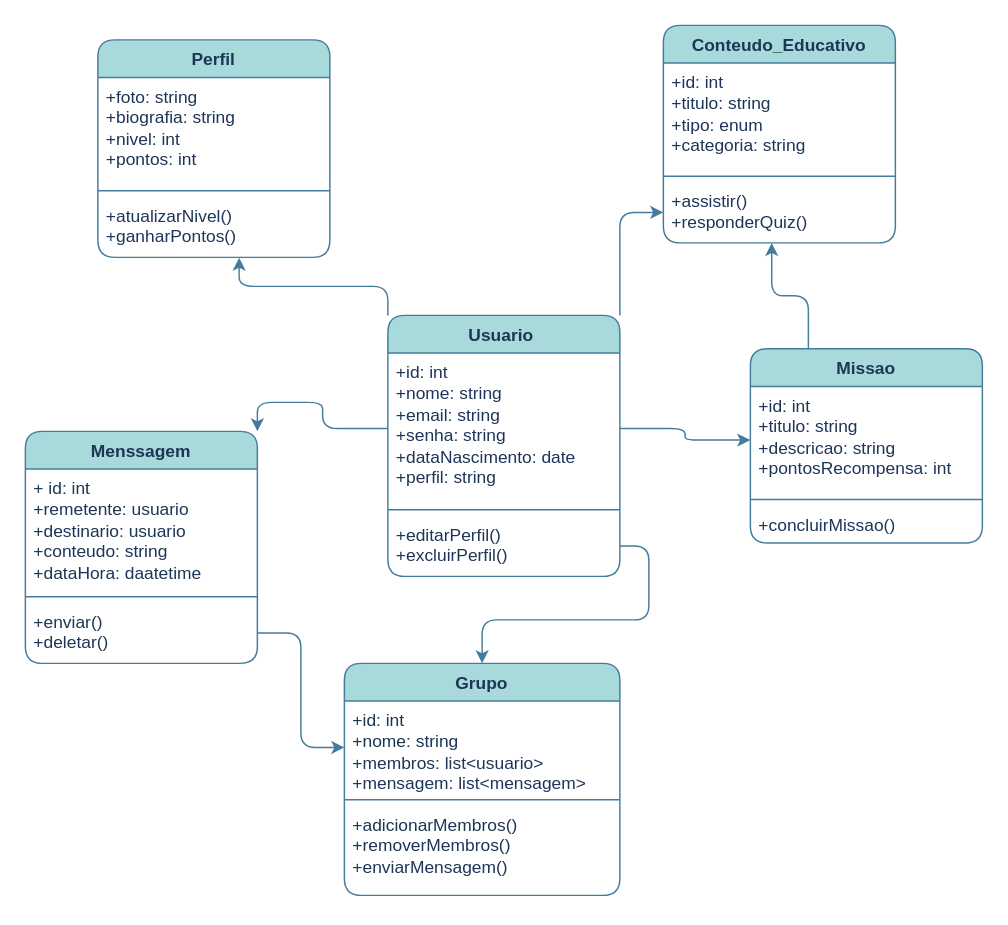
This is eco.drawio from Brandaoc/eco, a draw.io file, before an edit. Source tidied: cells renumbered, new cells numbered last; positions are measured from the earlier drawing's top-left corner, leaving out a move shared by most shapes. Both pictures are drawn from the tidied source at 145%, with x=0, y=0 at pixel (25, 25).
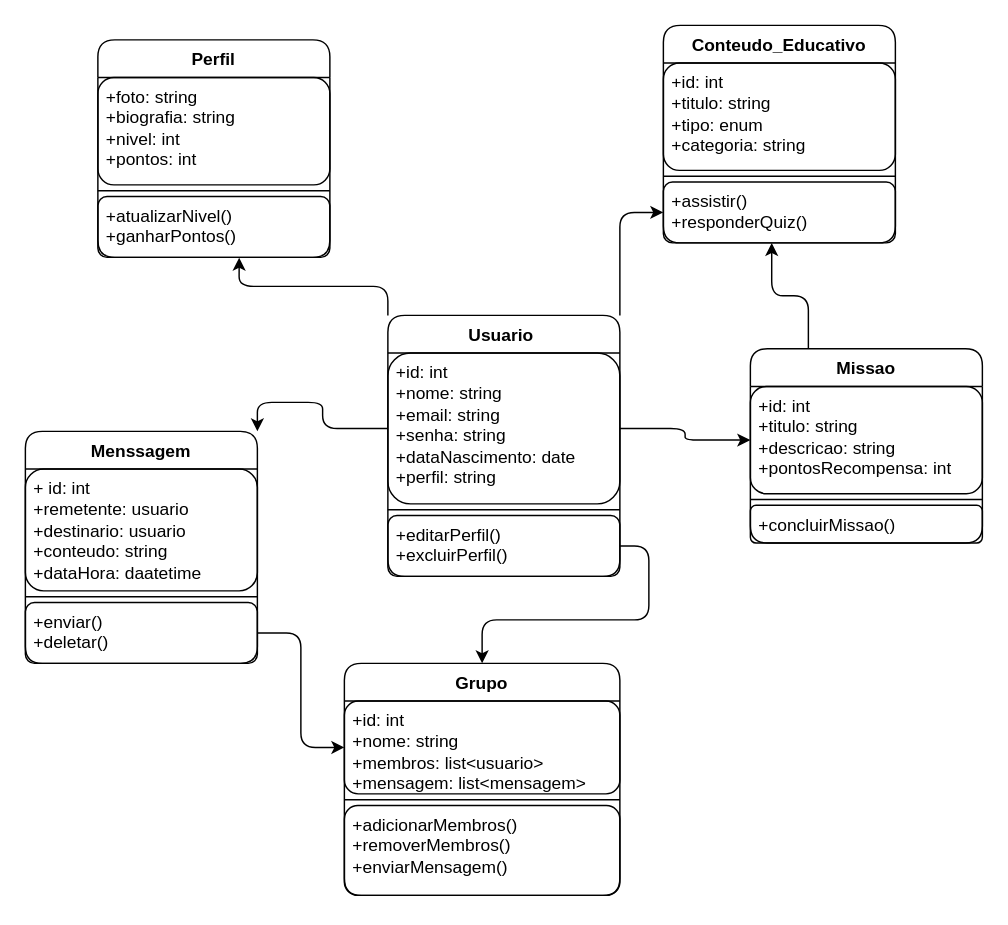
The same page after the edit.

The edit, as a diff of the source:
```diff
@@
-    <mxCell id="2" style="edgeStyle=orthogonalEdgeStyle;rounded=1;jettySize=auto;html=1;exitX=0;exitY=0;exitDx=0;exitDy=0;entryX=0.609;entryY=1.005;entryDx=0;entryDy=0;entryPerimeter=0;labelBackgroundColor=none;strokeColor=#457B9D;fontColor=default;" parent="1" edge="1" source="4" target="11">
+    <mxCell id="2" style="edgeStyle=orthogonalEdgeStyle;rounded=1;jettySize=auto;html=1;exitX=0;exitY=0;exitDx=0;exitDy=0;entryX=0.609;entryY=1.005;entryDx=0;entryDy=0;entryPerimeter=0;labelBackgroundColor=none;fontColor=default;strokeColor=light-dark(#000000,#FFFFFF);" parent="1" edge="1" source="4" target="11">
       <mxGeometry relative="1" as="geometry" />
     </mxCell>
-    <mxCell id="3" style="edgeStyle=orthogonalEdgeStyle;rounded=1;jettySize=auto;html=1;exitX=1;exitY=0;exitDx=0;exitDy=0;entryX=0;entryY=0.5;entryDx=0;entryDy=0;labelBackgroundColor=none;strokeColor=#457B9D;fontColor=default;" parent="1" edge="1" source="4" target="20">
+    <mxCell id="3" style="edgeStyle=orthogonalEdgeStyle;rounded=1;jettySize=auto;html=1;exitX=1;exitY=0;exitDx=0;exitDy=0;entryX=0;entryY=0.5;entryDx=0;entryDy=0;labelBackgroundColor=none;fontColor=default;strokeColor=light-dark(#000000,#FFFFFF);" parent="1" edge="1" source="4" target="20">
       <mxGeometry relative="1" as="geometry" />
     </mxCell>
-    <mxCell id="4" value="Usuario&amp;nbsp;" style="swimlane;fontStyle=1;align=center;verticalAlign=top;horizontal=1;startSize=26;whiteSpace=wrap;html=1;rounded=1;labelBackgroundColor=none;fillColor=#A8DADC;strokeColor=#457B9D;fontColor=#1D3557;" parent="1" vertex="1">
+    <mxCell id="4" value="Usuario&amp;nbsp;" style="swimlane;fontStyle=1;align=center;verticalAlign=top;horizontal=1;startSize=26;whiteSpace=wrap;html=1;rounded=1;labelBackgroundColor=none;strokeColor=light-dark(#000000,#FFFFFF);" parent="1" vertex="1">
       <mxGeometry x="250" y="200" width="160" height="180" as="geometry" />
     </mxCell>
-    <mxCell id="5" value="+id: int&lt;div&gt;+nome: string&lt;/div&gt;&lt;div&gt;+email: string&lt;/div&gt;&lt;div&gt;+senha: string&lt;/div&gt;&lt;div&gt;+dataNascimento: date&lt;/div&gt;&lt;div&gt;+perfil: string&lt;/div&gt;" style="text;strokeColor=none;fillColor=none;align=left;verticalAlign=top;spacingLeft=4;spacingRight=4;overflow=hidden;points=[[0,0.5],[1,0.5]];portConstraint=eastwest;whiteSpace=wrap;html=1;rounded=1;labelBackgroundColor=none;fontColor=#1D3557;" parent="4" vertex="1">
+    <mxCell id="5" value="+id: int&lt;div&gt;+nome: string&lt;/div&gt;&lt;div&gt;+email: string&lt;/div&gt;&lt;div&gt;+senha: string&lt;/div&gt;&lt;div&gt;+dataNascimento: date&lt;/div&gt;&lt;div&gt;+perfil: string&lt;/div&gt;" style="text;align=left;verticalAlign=top;spacingLeft=4;spacingRight=4;overflow=hidden;points=[[0,0.5],[1,0.5]];portConstraint=eastwest;whiteSpace=wrap;html=1;rounded=1;labelBackgroundColor=none;strokeColor=light-dark(#000000,#FFFFFF);" parent="4" vertex="1">
       <mxGeometry y="26" width="160" height="104" as="geometry" />
     </mxCell>
-    <mxCell id="6" style="line;strokeWidth=1;fillColor=none;align=left;verticalAlign=middle;spacingTop=-1;spacingLeft=3;spacingRight=3;labelPosition=right;strokeColor=#457B9D;rounded=1;labelBackgroundColor=none;fontColor=#1D3557;" parent="4" vertex="1">
+    <mxCell id="6" style="line;strokeWidth=1;align=left;verticalAlign=middle;spacingTop=-1;spacingLeft=3;spacingRight=3;labelPosition=right;rounded=1;labelBackgroundColor=none;strokeColor=light-dark(#000000,#FFFFFF);" parent="4" vertex="1">
       <mxGeometry y="130" width="160" height="8" as="geometry" />
     </mxCell>
-    <mxCell id="7" value="+editarPerfil()&lt;div&gt;+excluirPerfil()&lt;/div&gt;" style="text;strokeColor=none;fillColor=none;align=left;verticalAlign=top;spacingLeft=4;spacingRight=4;overflow=hidden;points=[[0,0.5],[1,0.5]];portConstraint=eastwest;whiteSpace=wrap;html=1;rounded=1;labelBackgroundColor=none;fontColor=#1D3557;" parent="4" vertex="1">
+    <mxCell id="7" value="+editarPerfil()&lt;div&gt;+excluirPerfil()&lt;/div&gt;" style="text;align=left;verticalAlign=top;spacingLeft=4;spacingRight=4;overflow=hidden;points=[[0,0.5],[1,0.5]];portConstraint=eastwest;whiteSpace=wrap;html=1;rounded=1;labelBackgroundColor=none;strokeColor=light-dark(#000000,#FFFFFF);" parent="4" vertex="1">
       <mxGeometry y="138" width="160" height="42" as="geometry" />
     </mxCell>
-    <mxCell id="8" value="Perfil" style="swimlane;fontStyle=1;align=center;verticalAlign=top;horizontal=1;startSize=26;whiteSpace=wrap;html=1;rounded=1;labelBackgroundColor=none;fillColor=#A8DADC;strokeColor=#457B9D;fontColor=#1D3557;" parent="1" vertex="1">
+    <mxCell id="8" value="Perfil" style="swimlane;fontStyle=1;align=center;verticalAlign=top;horizontal=1;startSize=26;whiteSpace=wrap;html=1;rounded=1;labelBackgroundColor=none;strokeColor=light-dark(#000000,#FFFFFF);" parent="1" vertex="1">
       <mxGeometry x="50" y="10" width="160" height="150" as="geometry" />
     </mxCell>
-    <mxCell id="9" value="+foto: string&lt;div&gt;+biografia: string&lt;/div&gt;&lt;div&gt;+nivel: int&lt;/div&gt;&lt;div&gt;+pontos: int&lt;/div&gt;&lt;div&gt;&lt;br&gt;&lt;/div&gt;" style="text;strokeColor=none;fillColor=none;align=left;verticalAlign=top;spacingLeft=4;spacingRight=4;overflow=hidden;whiteSpace=wrap;html=1;rounded=1;labelBackgroundColor=none;fontColor=#1D3557;" parent="8" vertex="1">
+    <mxCell id="9" value="+foto: string&lt;div&gt;+biografia: string&lt;/div&gt;&lt;div&gt;+nivel: int&lt;/div&gt;&lt;div&gt;+pontos: int&lt;/div&gt;&lt;div&gt;&lt;br&gt;&lt;/div&gt;" style="text;align=left;verticalAlign=top;spacingLeft=4;spacingRight=4;overflow=hidden;whiteSpace=wrap;html=1;rounded=1;labelBackgroundColor=none;strokeColor=light-dark(#000000,#FFFFFF);" parent="8" vertex="1">
       <mxGeometry y="26" width="160" height="74" as="geometry" />
     </mxCell>
-    <mxCell id="10" style="line;strokeWidth=1;fillColor=none;align=left;verticalAlign=middle;spacingTop=-1;spacingLeft=3;spacingRight=3;labelPosition=right;strokeColor=#457B9D;rounded=1;labelBackgroundColor=none;fontColor=#1D3557;" parent="8" vertex="1">
+    <mxCell id="10" style="line;strokeWidth=1;align=left;verticalAlign=middle;spacingTop=-1;spacingLeft=3;spacingRight=3;labelPosition=right;rounded=1;labelBackgroundColor=none;strokeColor=light-dark(#000000,#FFFFFF);" parent="8" vertex="1">
       <mxGeometry y="100" width="160" height="8" as="geometry" />
     </mxCell>
-    <mxCell id="11" value="+atualizarNivel()&lt;div&gt;+ganharPontos()&lt;/div&gt;" style="text;strokeColor=none;fillColor=none;align=left;verticalAlign=top;spacingLeft=4;spacingRight=4;overflow=hidden;points=[[0,0.5],[1,0.5]];portConstraint=eastwest;whiteSpace=wrap;html=1;rounded=1;labelBackgroundColor=none;fontColor=#1D3557;" parent="8" vertex="1">
+    <mxCell id="11" value="+atualizarNivel()&lt;div&gt;+ganharPontos()&lt;/div&gt;" style="text;align=left;verticalAlign=top;spacingLeft=4;spacingRight=4;overflow=hidden;points=[[0,0.5],[1,0.5]];portConstraint=eastwest;whiteSpace=wrap;html=1;rounded=1;labelBackgroundColor=none;strokeColor=light-dark(#000000,#FFFFFF);" parent="8" vertex="1">
       <mxGeometry y="108" width="160" height="42" as="geometry" />
     </mxCell>
-    <mxCell id="12" style="edgeStyle=orthogonalEdgeStyle;rounded=1;jettySize=auto;html=1;exitX=0.25;exitY=0;exitDx=0;exitDy=0;entryX=0.467;entryY=1.001;entryDx=0;entryDy=0;entryPerimeter=0;labelBackgroundColor=none;strokeColor=#457B9D;fontColor=default;" parent="1" edge="1" source="13" target="20">
+    <mxCell id="12" style="edgeStyle=orthogonalEdgeStyle;rounded=1;jettySize=auto;html=1;exitX=0.25;exitY=0;exitDx=0;exitDy=0;entryX=0.467;entryY=1.001;entryDx=0;entryDy=0;entryPerimeter=0;labelBackgroundColor=none;fontColor=default;strokeColor=light-dark(#000000,#FFFFFF);" parent="1" edge="1" source="13" target="20">
       <mxGeometry relative="1" as="geometry" />
     </mxCell>
-    <mxCell id="13" value="Missao" style="swimlane;fontStyle=1;align=center;verticalAlign=top;horizontal=1;startSize=26;whiteSpace=wrap;html=1;rounded=1;labelBackgroundColor=none;fillColor=#A8DADC;strokeColor=#457B9D;fontColor=#1D3557;" parent="1" vertex="1">
+    <mxCell id="13" value="Missao" style="swimlane;fontStyle=1;align=center;verticalAlign=top;horizontal=1;startSize=26;whiteSpace=wrap;html=1;rounded=1;labelBackgroundColor=none;strokeColor=light-dark(#000000,#FFFFFF);" parent="1" vertex="1">
       <mxGeometry x="500" y="223" width="160" height="134" as="geometry" />
     </mxCell>
-    <mxCell id="14" value="+id: int&lt;div&gt;+titulo: string&lt;/div&gt;&lt;div&gt;+descricao: string&lt;/div&gt;&lt;div&gt;+pontosRecompensa: int&lt;/div&gt;&lt;div&gt;&lt;br&gt;&lt;/div&gt;" style="text;strokeColor=none;fillColor=none;align=left;verticalAlign=top;spacingLeft=4;spacingRight=4;overflow=hidden;points=[[0,0.5],[1,0.5]];portConstraint=eastwest;whiteSpace=wrap;html=1;rounded=1;labelBackgroundColor=none;fontColor=#1D3557;" parent="13" vertex="1">
+    <mxCell id="14" value="+id: int&lt;div&gt;+titulo: string&lt;/div&gt;&lt;div&gt;+descricao: string&lt;/div&gt;&lt;div&gt;+pontosRecompensa: int&lt;/div&gt;&lt;div&gt;&lt;br&gt;&lt;/div&gt;" style="text;align=left;verticalAlign=top;spacingLeft=4;spacingRight=4;overflow=hidden;points=[[0,0.5],[1,0.5]];portConstraint=eastwest;whiteSpace=wrap;html=1;rounded=1;labelBackgroundColor=none;strokeColor=light-dark(#000000,#FFFFFF);" parent="13" vertex="1">
       <mxGeometry y="26" width="160" height="74" as="geometry" />
     </mxCell>
-    <mxCell id="15" style="line;strokeWidth=1;fillColor=none;align=left;verticalAlign=middle;spacingTop=-1;spacingLeft=3;spacingRight=3;labelPosition=right;strokeColor=#457B9D;rounded=1;labelBackgroundColor=none;fontColor=#1D3557;" parent="13" vertex="1">
+    <mxCell id="15" style="line;strokeWidth=1;align=left;verticalAlign=middle;spacingTop=-1;spacingLeft=3;spacingRight=3;labelPosition=right;rounded=1;labelBackgroundColor=none;strokeColor=light-dark(#000000,#FFFFFF);" parent="13" vertex="1">
       <mxGeometry y="100" width="160" height="8" as="geometry" />
     </mxCell>
-    <mxCell id="16" value="+concluirMissao()" style="text;strokeColor=none;fillColor=none;align=left;verticalAlign=top;spacingLeft=4;spacingRight=4;overflow=hidden;whiteSpace=wrap;html=1;rounded=1;labelBackgroundColor=none;fontColor=#1D3557;" parent="13" vertex="1">
+    <mxCell id="16" value="+concluirMissao()" style="text;align=left;verticalAlign=top;spacingLeft=4;spacingRight=4;overflow=hidden;whiteSpace=wrap;html=1;rounded=1;labelBackgroundColor=none;strokeColor=light-dark(#000000,#FFFFFF);" parent="13" vertex="1">
       <mxGeometry y="108" width="160" height="26" as="geometry" />
     </mxCell>
-    <mxCell id="17" value="Conteudo_Educativo" style="swimlane;fontStyle=1;align=center;verticalAlign=top;horizontal=1;startSize=26;whiteSpace=wrap;html=1;rounded=1;labelBackgroundColor=none;fillColor=#A8DADC;strokeColor=#457B9D;fontColor=#1D3557;" parent="1" vertex="1">
+    <mxCell id="17" value="Conteudo_Educativo" style="swimlane;fontStyle=1;align=center;verticalAlign=top;horizontal=1;startSize=26;whiteSpace=wrap;html=1;rounded=1;labelBackgroundColor=none;strokeColor=light-dark(#000000,#FFFFFF);" parent="1" vertex="1">
       <mxGeometry x="440" width="160" height="150" as="geometry" />
     </mxCell>
-    <mxCell id="18" value="+id: int&lt;div&gt;+titulo: string&lt;/div&gt;&lt;div&gt;+tipo: enum&lt;/div&gt;&lt;div&gt;+categoria: string&lt;/div&gt;&lt;div&gt;&lt;br&gt;&lt;/div&gt;" style="text;strokeColor=none;fillColor=none;align=left;verticalAlign=top;spacingLeft=4;spacingRight=4;overflow=hidden;whiteSpace=wrap;html=1;rounded=1;labelBackgroundColor=none;fontColor=#1D3557;" parent="17" vertex="1">
+    <mxCell id="18" value="+id: int&lt;div&gt;+titulo: string&lt;/div&gt;&lt;div&gt;+tipo: enum&lt;/div&gt;&lt;div&gt;+categoria: string&lt;/div&gt;&lt;div&gt;&lt;br&gt;&lt;/div&gt;" style="text;align=left;verticalAlign=top;spacingLeft=4;spacingRight=4;overflow=hidden;whiteSpace=wrap;html=1;rounded=1;labelBackgroundColor=none;strokeColor=light-dark(#000000,#FFFFFF);" parent="17" vertex="1">
       <mxGeometry y="26" width="160" height="74" as="geometry" />
     </mxCell>
-    <mxCell id="19" style="line;strokeWidth=1;fillColor=none;align=left;verticalAlign=middle;spacingTop=-1;spacingLeft=3;spacingRight=3;labelPosition=right;strokeColor=#457B9D;rounded=1;labelBackgroundColor=none;fontColor=#1D3557;" parent="17" vertex="1">
+    <mxCell id="19" style="line;strokeWidth=1;align=left;verticalAlign=middle;spacingTop=-1;spacingLeft=3;spacingRight=3;labelPosition=right;rounded=1;labelBackgroundColor=none;strokeColor=light-dark(#000000,#FFFFFF);" parent="17" vertex="1">
       <mxGeometry y="100" width="160" height="8" as="geometry" />
     </mxCell>
-    <mxCell id="20" value="+assistir()&lt;div&gt;+responderQuiz()&lt;/div&gt;" style="text;strokeColor=none;fillColor=none;align=left;verticalAlign=top;spacingLeft=4;spacingRight=4;overflow=hidden;points=[[0,0.5],[1,0.5]];portConstraint=eastwest;whiteSpace=wrap;html=1;rounded=1;labelBackgroundColor=none;fontColor=#1D3557;" parent="17" vertex="1">
+    <mxCell id="20" value="+assistir()&lt;div&gt;+responderQuiz()&lt;/div&gt;" style="text;align=left;verticalAlign=top;spacingLeft=4;spacingRight=4;overflow=hidden;points=[[0,0.5],[1,0.5]];portConstraint=eastwest;whiteSpace=wrap;html=1;rounded=1;labelBackgroundColor=none;strokeColor=light-dark(#000000,#FFFFFF);" parent="17" vertex="1">
       <mxGeometry y="108" width="160" height="42" as="geometry" />
     </mxCell>
-    <mxCell id="21" value="Menssagem" style="swimlane;fontStyle=1;align=center;verticalAlign=top;horizontal=1;startSize=26;whiteSpace=wrap;html=1;rounded=1;labelBackgroundColor=none;fillColor=#A8DADC;strokeColor=#457B9D;fontColor=#1D3557;" parent="1" vertex="1">
+    <mxCell id="21" value="Menssagem" style="swimlane;fontStyle=1;align=center;verticalAlign=top;horizontal=1;startSize=26;whiteSpace=wrap;html=1;rounded=1;labelBackgroundColor=none;strokeColor=light-dark(#000000,#FFFFFF);" parent="1" vertex="1">
       <mxGeometry y="280" width="160" height="160" as="geometry" />
     </mxCell>
-    <mxCell id="22" value="+ id: int&lt;div&gt;+remetente: usuario&lt;/div&gt;&lt;div&gt;+destinario: usuario&lt;/div&gt;&lt;div&gt;+conteudo: string&lt;/div&gt;&lt;div&gt;+dataHora: daatetime&lt;/div&gt;" style="text;strokeColor=none;fillColor=none;align=left;verticalAlign=top;spacingLeft=4;spacingRight=4;overflow=hidden;whiteSpace=wrap;html=1;rounded=1;labelBackgroundColor=none;fontColor=#1D3557;" parent="21" vertex="1">
+    <mxCell id="22" value="+ id: int&lt;div&gt;+remetente: usuario&lt;/div&gt;&lt;div&gt;+destinario: usuario&lt;/div&gt;&lt;div&gt;+conteudo: string&lt;/div&gt;&lt;div&gt;+dataHora: daatetime&lt;/div&gt;" style="text;align=left;verticalAlign=top;spacingLeft=4;spacingRight=4;overflow=hidden;whiteSpace=wrap;html=1;rounded=1;labelBackgroundColor=none;strokeColor=light-dark(#000000,#FFFFFF);" parent="21" vertex="1">
       <mxGeometry y="26" width="160" height="84" as="geometry" />
     </mxCell>
-    <mxCell id="23" style="line;strokeWidth=1;fillColor=none;align=left;verticalAlign=middle;spacingTop=-1;spacingLeft=3;spacingRight=3;labelPosition=right;strokeColor=#457B9D;rounded=1;labelBackgroundColor=none;fontColor=#1D3557;" parent="21" vertex="1">
+    <mxCell id="23" style="line;strokeWidth=1;align=left;verticalAlign=middle;spacingTop=-1;spacingLeft=3;spacingRight=3;labelPosition=right;rounded=1;labelBackgroundColor=none;strokeColor=light-dark(#000000,#FFFFFF);" parent="21" vertex="1">
       <mxGeometry y="110" width="160" height="8" as="geometry" />
     </mxCell>
-    <mxCell id="24" value="+enviar()&lt;div&gt;+deletar()&lt;/div&gt;" style="text;strokeColor=none;fillColor=none;align=left;verticalAlign=top;spacingLeft=4;spacingRight=4;overflow=hidden;points=[[0,0.5],[1,0.5]];portConstraint=eastwest;whiteSpace=wrap;html=1;rounded=1;labelBackgroundColor=none;fontColor=#1D3557;" parent="21" vertex="1">
+    <mxCell id="24" value="+enviar()&lt;div&gt;+deletar()&lt;/div&gt;" style="text;align=left;verticalAlign=top;spacingLeft=4;spacingRight=4;overflow=hidden;points=[[0,0.5],[1,0.5]];portConstraint=eastwest;whiteSpace=wrap;html=1;rounded=1;labelBackgroundColor=none;strokeColor=light-dark(#000000,#FFFFFF);" parent="21" vertex="1">
       <mxGeometry y="118" width="160" height="42" as="geometry" />
     </mxCell>
-    <mxCell id="25" value="Grupo" style="swimlane;fontStyle=1;align=center;verticalAlign=top;horizontal=1;startSize=26;whiteSpace=wrap;html=1;rounded=1;labelBackgroundColor=none;fillColor=#A8DADC;strokeColor=#457B9D;fontColor=#1D3557;" parent="1" vertex="1">
+    <mxCell id="25" value="Grupo" style="swimlane;fontStyle=1;align=center;verticalAlign=top;horizontal=1;startSize=26;whiteSpace=wrap;html=1;rounded=1;labelBackgroundColor=none;strokeColor=light-dark(#000000,#FFFFFF);" parent="1" vertex="1">
       <mxGeometry x="220" y="440" width="190" height="160" as="geometry" />
     </mxCell>
-    <mxCell id="26" value="+id: int&lt;div&gt;+nome: string&lt;/div&gt;&lt;div&gt;+membros: list&amp;lt;usuario&amp;gt;&lt;/div&gt;&lt;div&gt;+mensagem: list&amp;lt;mensagem&amp;gt;&lt;/div&gt;&lt;div&gt;&lt;br&gt;&lt;/div&gt;" style="text;strokeColor=none;fillColor=none;align=left;verticalAlign=top;spacingLeft=4;spacingRight=4;overflow=hidden;points=[[0,0.5],[1,0.5]];portConstraint=eastwest;whiteSpace=wrap;html=1;rounded=1;labelBackgroundColor=none;fontColor=#1D3557;" parent="25" vertex="1">
+    <mxCell id="26" value="+id: int&lt;div&gt;+nome: string&lt;/div&gt;&lt;div&gt;+membros: list&amp;lt;usuario&amp;gt;&lt;/div&gt;&lt;div&gt;+mensagem: list&amp;lt;mensagem&amp;gt;&lt;/div&gt;&lt;div&gt;&lt;br&gt;&lt;/div&gt;" style="text;align=left;verticalAlign=top;spacingLeft=4;spacingRight=4;overflow=hidden;points=[[0,0.5],[1,0.5]];portConstraint=eastwest;whiteSpace=wrap;html=1;rounded=1;labelBackgroundColor=none;strokeColor=light-dark(#000000,#FFFFFF);" parent="25" vertex="1">
       <mxGeometry y="26" width="190" height="64" as="geometry" />
     </mxCell>
-    <mxCell id="27" style="line;strokeWidth=1;fillColor=none;align=left;verticalAlign=middle;spacingTop=-1;spacingLeft=3;spacingRight=3;labelPosition=right;strokeColor=#457B9D;rounded=1;labelBackgroundColor=none;fontColor=#1D3557;" parent="25" vertex="1">
+    <mxCell id="27" style="line;strokeWidth=1;align=left;verticalAlign=middle;spacingTop=-1;spacingLeft=3;spacingRight=3;labelPosition=right;rounded=1;labelBackgroundColor=none;strokeColor=light-dark(#000000,#FFFFFF);" parent="25" vertex="1">
       <mxGeometry y="90" width="190" height="8" as="geometry" />
     </mxCell>
-    <mxCell id="28" value="+adicionarMembros()&lt;div&gt;+removerMembros()&lt;/div&gt;&lt;div&gt;+enviarMensagem()&lt;/div&gt;" style="text;strokeColor=none;fillColor=none;align=left;verticalAlign=top;spacingLeft=4;spacingRight=4;overflow=hidden;whiteSpace=wrap;html=1;rounded=1;labelBackgroundColor=none;fontColor=#1D3557;" parent="25" vertex="1">
+    <mxCell id="28" value="+adicionarMembros()&lt;div&gt;+removerMembros()&lt;/div&gt;&lt;div&gt;+enviarMensagem()&lt;/div&gt;" style="text;align=left;verticalAlign=top;spacingLeft=4;spacingRight=4;overflow=hidden;whiteSpace=wrap;html=1;rounded=1;labelBackgroundColor=none;strokeColor=light-dark(#000000,#FFFFFF);" parent="25" vertex="1">
       <mxGeometry y="98" width="190" height="62" as="geometry" />
     </mxCell>
-    <mxCell id="29" style="edgeStyle=orthogonalEdgeStyle;rounded=1;jettySize=auto;html=1;exitX=1;exitY=0.5;exitDx=0;exitDy=0;entryX=0;entryY=0.5;entryDx=0;entryDy=0;labelBackgroundColor=none;strokeColor=#457B9D;fontColor=default;" parent="1" edge="1" source="24" target="26">
+    <mxCell id="29" style="edgeStyle=orthogonalEdgeStyle;rounded=1;jettySize=auto;html=1;exitX=1;exitY=0.5;exitDx=0;exitDy=0;entryX=0;entryY=0.5;entryDx=0;entryDy=0;labelBackgroundColor=none;fontColor=default;strokeColor=light-dark(#000000,#FFFFFF);" parent="1" edge="1" source="24" target="26">
       <mxGeometry relative="1" as="geometry" />
     </mxCell>
-    <mxCell id="30" style="edgeStyle=orthogonalEdgeStyle;rounded=1;jettySize=auto;html=1;exitX=0;exitY=0.5;exitDx=0;exitDy=0;entryX=1;entryY=0;entryDx=0;entryDy=0;labelBackgroundColor=none;strokeColor=#457B9D;fontColor=default;" parent="1" edge="1" source="5" target="21">
+    <mxCell id="30" style="edgeStyle=orthogonalEdgeStyle;rounded=1;jettySize=auto;html=1;exitX=0;exitY=0.5;exitDx=0;exitDy=0;entryX=1;entryY=0;entryDx=0;entryDy=0;labelBackgroundColor=none;fontColor=default;strokeColor=light-dark(#000000,#FFFFFF);" parent="1" edge="1" source="5" target="21">
       <mxGeometry relative="1" as="geometry" />
     </mxCell>
-    <mxCell id="31" style="edgeStyle=orthogonalEdgeStyle;rounded=1;jettySize=auto;html=1;exitX=1;exitY=0.5;exitDx=0;exitDy=0;entryX=0.5;entryY=0;entryDx=0;entryDy=0;labelBackgroundColor=none;strokeColor=#457B9D;fontColor=default;" parent="1" edge="1" source="7" target="25">
+    <mxCell id="31" style="edgeStyle=orthogonalEdgeStyle;rounded=1;jettySize=auto;html=1;exitX=1;exitY=0.5;exitDx=0;exitDy=0;entryX=0.5;entryY=0;entryDx=0;entryDy=0;labelBackgroundColor=none;fontColor=default;strokeColor=light-dark(#000000,#FFFFFF);" parent="1" edge="1" source="7" target="25">
       <mxGeometry relative="1" as="geometry" />
     </mxCell>
-    <mxCell id="32" style="edgeStyle=orthogonalEdgeStyle;rounded=1;jettySize=auto;html=1;exitX=1;exitY=0.5;exitDx=0;exitDy=0;entryX=0;entryY=0.5;entryDx=0;entryDy=0;labelBackgroundColor=none;strokeColor=#457B9D;fontColor=default;" parent="1" edge="1" source="5" target="14">
+    <mxCell id="32" style="edgeStyle=orthogonalEdgeStyle;rounded=1;jettySize=auto;html=1;exitX=1;exitY=0.5;exitDx=0;exitDy=0;entryX=0;entryY=0.5;entryDx=0;entryDy=0;labelBackgroundColor=none;fontColor=default;strokeColor=light-dark(#000000,#FFFFFF);" parent="1" edge="1" source="5" target="14">
       <mxGeometry relative="1" as="geometry" />
     </mxCell>
```
